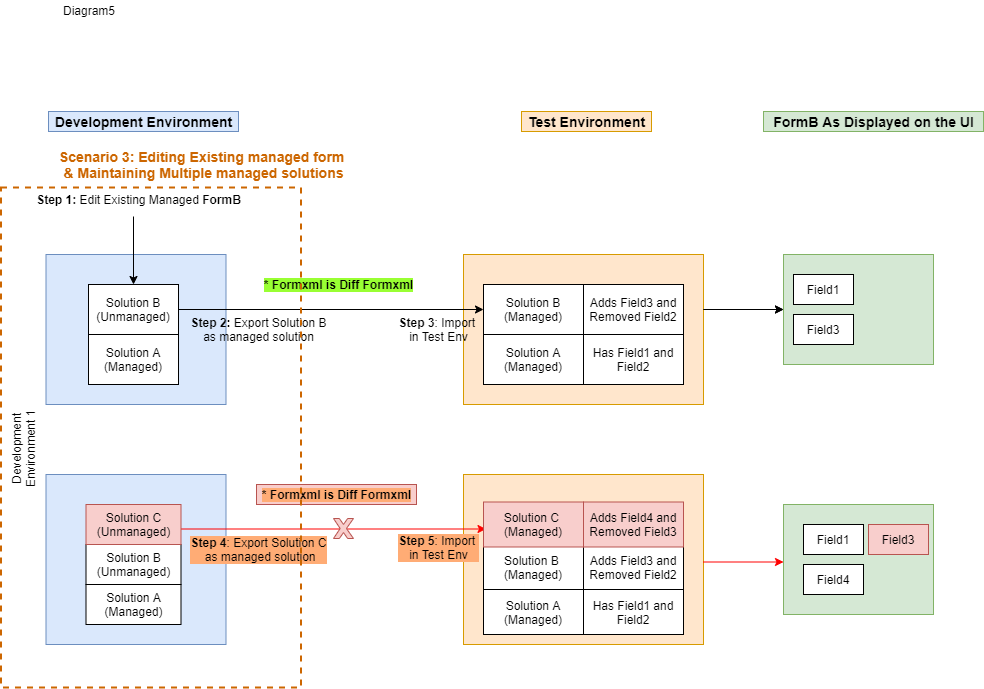
MicrosoftDocs/power-platform keeps this draw.io diagram as power-platform/alm/media/scenario3-form-alm-diagram.png. Above is the earlier version. Source tidied: cells renumbered, new cells last; positions are measured from the earlier drawing's top-left corner, leaving out a move shared by most shapes.
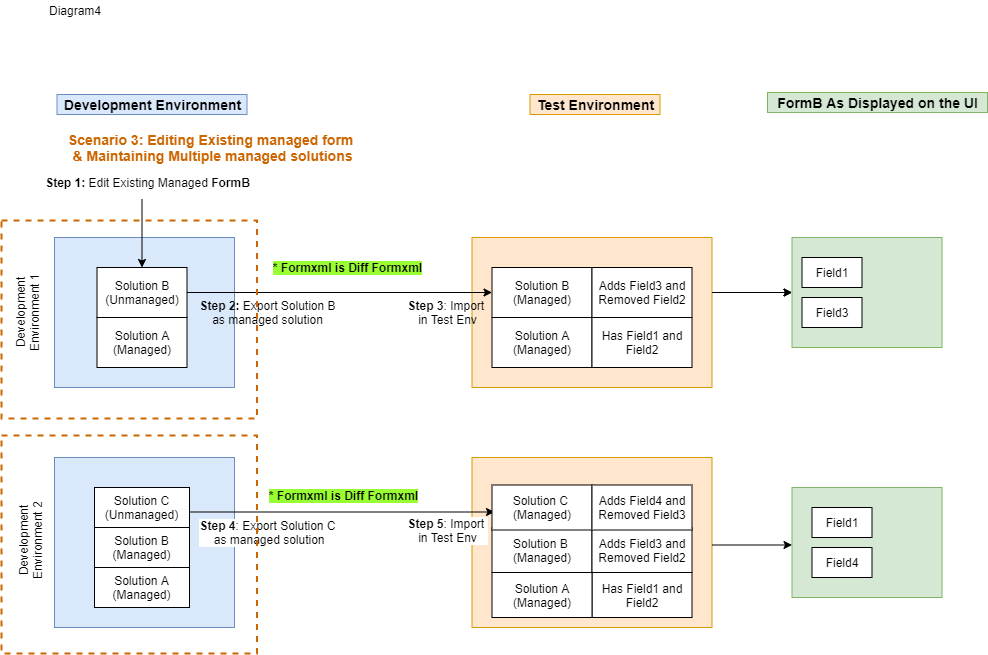
After the change.

The edit, as a diff of the source:
```diff
@@ -2,161 +2,161 @@
   <root>
     <mxCell id="0" />
     <mxCell id="1" parent="0" />
-    <mxCell id="2" style="whiteSpace=wrap;html=1;fillColor=#dae8fc;strokeColor=#6c8ebf;" parent="1" vertex="1">
-      <mxGeometry x="89.5" y="254" width="180" height="150" as="geometry" />
-    </mxCell>
-    <mxCell id="3" style="whiteSpace=wrap;html=1;fillColor=#ffe6cc;strokeColor=#d79b00;" parent="1" vertex="1">
-      <mxGeometry x="507" y="254" width="240" height="150" as="geometry" />
-    </mxCell>
+    <mxCell id="49" style="whiteSpace=wrap;html=1;fillColor=#dae8fc;strokeColor=#6c8ebf;" parent="1" vertex="1">
+      <mxGeometry x="89.5" y="254" width="180" height="150" as="geometry" />
+    </mxCell>
+    <mxCell id="50" style="whiteSpace=wrap;html=1;fillColor=#ffe6cc;strokeColor=#d79b00;" parent="1" vertex="1">
+      <mxGeometry x="507" y="254" width="240" height="150" as="geometry" />
+    </mxCell>
     <mxCell id="4" value="&lt;font style=&quot;font-size: 14px&quot;&gt;&lt;b&gt;Development Environment&lt;/b&gt;&lt;/font&gt;" style="text;html=1;align=center;verticalAlign=middle;fillColor=#dae8fc;strokeColor=#6c8ebf;rounded=0;" parent="1" vertex="1">
       <mxGeometry x="92" y="111" width="190" height="20" as="geometry" />
     </mxCell>
     <mxCell id="5" value="&lt;font style=&quot;font-size: 14px&quot;&gt;&lt;b&gt;Test Environment&lt;/b&gt;&lt;/font&gt;" style="text;html=1;align=center;verticalAlign=middle;fillColor=#ffe6cc;strokeColor=#d79b00;rounded=0;" parent="1" vertex="1">
       <mxGeometry x="565" y="111" width="130" height="20" as="geometry" />
     </mxCell>
-    <mxCell id="6" value="Solution B (Managed)" style="whiteSpace=wrap;html=1;" parent="1" vertex="1">
-      <mxGeometry x="527" y="284" width="100" height="50" as="geometry" />
-    </mxCell>
-    <mxCell id="7" value="Solution B (Unmanaged)" style="whiteSpace=wrap;html=1;" parent="1" vertex="1">
-      <mxGeometry x="132" y="284" width="90" height="50" as="geometry" />
-    </mxCell>
-    <mxCell id="8" style="endArrow=classic;html=1;fontSize=10;fontColor=#FF0000;exitX=1;exitY=0.5;exitDx=0;exitDy=0;" parent="1" edge="1" source="7">
-      <mxGeometry relative="1" as="geometry">
-        <mxPoint x="527" y="309" as="targetPoint" />
-      </mxGeometry>
-    </mxCell>
-    <mxCell id="9" style="whiteSpace=wrap;html=1;fillColor=#dae8fc;strokeColor=#6c8ebf;" parent="1" vertex="1">
-      <mxGeometry x="89.5" y="474" width="180" height="170" as="geometry" />
-    </mxCell>
-    <mxCell id="10" value="Solution B (Unmanaged)" style="whiteSpace=wrap;html=1;" parent="1" vertex="1">
-      <mxGeometry x="129.5" y="544" width="95" height="40" as="geometry" />
-    </mxCell>
-    <mxCell id="11" style="edgeStyle=orthogonalEdgeStyle;rounded=0;jettySize=auto;html=1;" parent="1" edge="1" target="24">
-      <mxGeometry relative="1" as="geometry">
-        <mxPoint x="747" y="309" as="sourcePoint" />
-      </mxGeometry>
-    </mxCell>
-    <mxCell id="12" value="Adds Field3 and Removed Field2" style="whiteSpace=wrap;html=1;" parent="1" vertex="1">
-      <mxGeometry x="627" y="284" width="100" height="50" as="geometry" />
-    </mxCell>
+    <mxCell id="51" value="Solution B (Managed)" style="whiteSpace=wrap;html=1;" parent="1" vertex="1">
+      <mxGeometry x="527" y="284" width="100" height="50" as="geometry" />
+    </mxCell>
+    <mxCell id="52" value="Solution B (Unmanaged)" style="whiteSpace=wrap;html=1;" parent="1" vertex="1">
+      <mxGeometry x="132" y="284" width="90" height="50" as="geometry" />
+    </mxCell>
+    <mxCell id="53" style="endArrow=classic;html=1;fontSize=10;fontColor=#FF0000;exitX=1;exitY=0.5;exitDx=0;exitDy=0;" parent="1" edge="1" source="52">
+      <mxGeometry relative="1" as="geometry">
+        <mxPoint x="527" y="309" as="targetPoint" />
+      </mxGeometry>
+    </mxCell>
+    <mxCell id="54" style="whiteSpace=wrap;html=1;fillColor=#dae8fc;strokeColor=#6c8ebf;" parent="1" vertex="1">
+      <mxGeometry x="89.5" y="474" width="180" height="170" as="geometry" />
+    </mxCell>
+    <mxCell id="55" value="Solution B (Managed)" style="whiteSpace=wrap;html=1;" parent="1" vertex="1">
+      <mxGeometry x="129.5" y="544" width="95" height="40" as="geometry" />
+    </mxCell>
+    <mxCell id="56" style="edgeStyle=orthogonalEdgeStyle;rounded=0;jettySize=auto;html=1;" parent="1" edge="1" target="65">
+      <mxGeometry relative="1" as="geometry">
+        <mxPoint x="747" y="309" as="sourcePoint" />
+      </mxGeometry>
+    </mxCell>
+    <mxCell id="57" value="Adds Field3 and Removed Field2" style="whiteSpace=wrap;html=1;" parent="1" vertex="1">
+      <mxGeometry x="627" y="284" width="100" height="50" as="geometry" />
+    </mxCell>
     <mxCell id="13" value="&lt;font style=&quot;font-size: 12px&quot;&gt;&lt;b&gt;Step 2:&lt;/b&gt; Export Solution B&lt;br&gt;as&amp;nbsp;managed solution&lt;/font&gt;" style="text;html=1;align=center;verticalAlign=middle;fillColor=none;strokeColor=none;rounded=0;" parent="1" vertex="1">
       <mxGeometry x="227" y="314" width="150" height="30" as="geometry" />
     </mxCell>
     <mxCell id="14" value="&lt;font style=&quot;font-size: 12px&quot;&gt;&lt;b&gt;Step 3&lt;/b&gt;: Import &lt;br&gt;in Test Env&lt;/font&gt;" style="text;html=1;align=center;verticalAlign=middle;fillColor=none;strokeColor=none;rounded=0;" parent="1" vertex="1">
       <mxGeometry x="437" y="314" width="90" height="30" as="geometry" />
     </mxCell>
-    <mxCell id="15" style="whiteSpace=wrap;html=1;fillColor=#ffe6cc;strokeColor=#d79b00;" parent="1" vertex="1">
-      <mxGeometry x="507" y="474" width="240" height="170" as="geometry" />
-    </mxCell>
-    <mxCell id="16" value="Has Field1 and Field2" style="whiteSpace=wrap;html=1;" parent="1" vertex="1">
-      <mxGeometry x="627" y="589" width="100" height="45" as="geometry" />
-    </mxCell>
-    <mxCell id="17" value="Solution A (Managed)" style="whiteSpace=wrap;html=1;" parent="1" vertex="1">
-      <mxGeometry x="527" y="589" width="100" height="45" as="geometry" />
-    </mxCell>
+    <mxCell id="58" style="whiteSpace=wrap;html=1;fillColor=#ffe6cc;strokeColor=#d79b00;" parent="1" vertex="1">
+      <mxGeometry x="507" y="474" width="240" height="170" as="geometry" />
+    </mxCell>
+    <mxCell id="59" value="Has Field1 and Field2" style="whiteSpace=wrap;html=1;" parent="1" vertex="1">
+      <mxGeometry x="627" y="589" width="100" height="45" as="geometry" />
+    </mxCell>
+    <mxCell id="60" value="Solution A (Managed)" style="whiteSpace=wrap;html=1;" parent="1" vertex="1">
+      <mxGeometry x="527" y="589" width="100" height="45" as="geometry" />
+    </mxCell>
     <mxCell id="18" value="Solution B&amp;nbsp; (Managed)" style="whiteSpace=wrap;html=1;" parent="1" vertex="1">
       <mxGeometry x="527" y="544" width="100" height="45" as="geometry" />
     </mxCell>
-    <mxCell id="19" value="Adds Field3 and Removed Field2" style="whiteSpace=wrap;html=1;" parent="1" vertex="1">
-      <mxGeometry x="627" y="544" width="100" height="45" as="geometry" />
-    </mxCell>
-    <mxCell id="20" value="Solution A (Managed)" style="whiteSpace=wrap;html=1;" parent="1" vertex="1">
-      <mxGeometry x="129.5" y="584" width="95" height="40" as="geometry" />
-    </mxCell>
+    <mxCell id="61" value="Adds Field3 and Removed Field2" style="whiteSpace=wrap;html=1;" parent="1" vertex="1">
+      <mxGeometry x="627" y="544" width="100" height="45" as="geometry" />
+    </mxCell>
+    <mxCell id="62" value="Solution A (Managed)" style="whiteSpace=wrap;html=1;" parent="1" vertex="1">
+      <mxGeometry x="129.5" y="584" width="95" height="40" as="geometry" />
+    </mxCell>
     <mxCell id="21" value="&lt;font style=&quot;font-size: 12px&quot;&gt;&lt;b&gt;Step 1:&lt;/b&gt;&amp;nbsp;Edit Existing Managed&amp;nbsp;&lt;b&gt;FormB&lt;/b&gt;&lt;/font&gt;" style="text;html=1;align=center;verticalAlign=middle;fillColor=none;strokeColor=none;rounded=0;" parent="1" vertex="1">
       <mxGeometry x="72" y="189" width="220" height="20" as="geometry" />
     </mxCell>
-    <mxCell id="22" style="endArrow=classic;html=1;fontSize=10;fontColor=#FF0000;entryX=0.5;entryY=0;entryDx=0;entryDy=0;" parent="1" edge="1" target="7">
-      <mxGeometry relative="1" as="geometry">
-        <mxPoint x="177" y="216" as="sourcePoint" />
-      </mxGeometry>
-    </mxCell>
-    <mxCell id="23" style="endArrow=classic;html=1;fontSize=10;fontColor=#FF0000;" parent="1" edge="1">
-      <mxGeometry relative="1" as="geometry">
-        <mxPoint x="747" y="309" as="sourcePoint" />
-        <mxPoint x="827" y="309" as="targetPoint" />
-      </mxGeometry>
-    </mxCell>
-    <mxCell id="24" style="whiteSpace=wrap;html=1;fillColor=#d5e8d4;strokeColor=#82b366;" parent="1" vertex="1">
-      <mxGeometry x="827" y="254" width="150" height="110" as="geometry" />
-    </mxCell>
-    <mxCell id="25" value="&lt;span style=&quot;font-size: 14px&quot;&gt;&lt;b&gt;FormB As Displayed on the UI&lt;/b&gt;&lt;/span&gt;" style="text;html=1;align=center;verticalAlign=middle;fillColor=#d5e8d4;strokeColor=#82b366;rounded=0;" parent="1" vertex="1">
-      <mxGeometry x="807" y="111" width="220" height="20" as="geometry" />
-    </mxCell>
-    <mxCell id="26" value="Field1" style="whiteSpace=wrap;html=1;" parent="1" vertex="1">
-      <mxGeometry x="837" y="274" width="60" height="30" as="geometry" />
-    </mxCell>
+    <mxCell id="63" style="endArrow=classic;html=1;fontSize=10;fontColor=#FF0000;entryX=0.5;entryY=0;entryDx=0;entryDy=0;" parent="1" edge="1" target="52">
+      <mxGeometry relative="1" as="geometry">
+        <mxPoint x="177" y="216" as="sourcePoint" />
+      </mxGeometry>
+    </mxCell>
+    <mxCell id="64" style="endArrow=classic;html=1;fontSize=10;fontColor=#FF0000;" parent="1" edge="1">
+      <mxGeometry relative="1" as="geometry">
+        <mxPoint x="747" y="309" as="sourcePoint" />
+        <mxPoint x="827" y="309" as="targetPoint" />
+      </mxGeometry>
+    </mxCell>
+    <mxCell id="65" style="whiteSpace=wrap;html=1;fillColor=#d5e8d4;strokeColor=#82b366;" parent="1" vertex="1">
+      <mxGeometry x="827" y="254" width="150" height="110" as="geometry" />
+    </mxCell>
+    <mxCell id="66" value="Field1" style="whiteSpace=wrap;html=1;" parent="1" vertex="1">
+      <mxGeometry x="837" y="274" width="60" height="30" as="geometry" />
+    </mxCell>
     <mxCell id="27" value="Field3" style="whiteSpace=wrap;html=1;" parent="1" vertex="1">
       <mxGeometry x="837" y="314" width="60" height="30" as="geometry" />
     </mxCell>
-    <mxCell id="28" value="&lt;font style=&quot;font-size: 12px&quot;&gt;&lt;b&gt;Step 4&lt;/b&gt;: Export Solution C&lt;br&gt;&amp;nbsp;as managed solution&lt;br&gt;&lt;/font&gt;" style="text;html=1;align=center;verticalAlign=middle;fillColor=none;strokeColor=none;rounded=0;labelBackgroundColor=#FFAC75;" parent="1" vertex="1">
+    <mxCell id="28" value="&lt;font style=&quot;font-size: 12px&quot;&gt;&lt;b&gt;Step 4&lt;/b&gt;: Export Solution C&lt;br&gt;&amp;nbsp;as managed solution&lt;br&gt;&lt;/font&gt;" style="text;html=1;align=center;verticalAlign=middle;fillColor=none;strokeColor=none;rounded=0;labelBackgroundColor=#FFFFFF;" parent="1" vertex="1">
       <mxGeometry x="227" y="534" width="150" height="30" as="geometry" />
     </mxCell>
-    <mxCell id="29" style="endArrow=classic;html=1;fontSize=10;fontColor=#FF0000;exitX=1;exitY=0.5;exitDx=0;exitDy=0;strokeColor=#FF0000;" parent="1" edge="1">
-      <mxGeometry relative="1" as="geometry">
-        <mxPoint x="224.5" y="528.5" as="sourcePoint" />
-        <mxPoint x="529.5" y="528.5" as="targetPoint" />
-      </mxGeometry>
-    </mxCell>
+    <mxCell id="67" style="endArrow=classic;html=1;fontSize=10;fontColor=#FF0000;exitX=1;exitY=0.5;exitDx=0;exitDy=0;" parent="1" edge="1">
+      <mxGeometry relative="1" as="geometry">
+        <mxPoint x="224.5" y="528.5" as="sourcePoint" />
+        <mxPoint x="529.5" y="528.5" as="targetPoint" />
+      </mxGeometry>
+    </mxCell>
-    <mxCell id="30" value="&lt;font style=&quot;font-size: 12px&quot;&gt;&lt;b&gt;Step 5&lt;/b&gt;: Import &lt;br&gt;in Test Env&lt;/font&gt;" style="text;html=1;align=center;verticalAlign=middle;fillColor=none;strokeColor=none;rounded=0;labelBackgroundColor=#FFAC75;" parent="1" vertex="1">
+    <mxCell id="30" value="&lt;font style=&quot;font-size: 12px&quot;&gt;&lt;b&gt;Step 5&lt;/b&gt;: Import &lt;br&gt;in Test Env&lt;/font&gt;" style="text;html=1;align=center;verticalAlign=middle;fillColor=none;strokeColor=none;rounded=0;labelBackgroundColor=#FFFFFF;" parent="1" vertex="1">
       <mxGeometry x="437" y="531.5" width="90" height="30" as="geometry" />
     </mxCell>
-    <mxCell id="31" style="whiteSpace=wrap;html=1;fillColor=#d5e8d4;strokeColor=#82b366;" parent="1" vertex="1">
-      <mxGeometry x="827" y="504" width="150" height="110" as="geometry" />
-    </mxCell>
-    <mxCell id="32" value="Field1" style="whiteSpace=wrap;html=1;" parent="1" vertex="1">
-      <mxGeometry x="847" y="524" width="60" height="30" as="geometry" />
-    </mxCell>
+    <mxCell id="68" style="whiteSpace=wrap;html=1;fillColor=#d5e8d4;strokeColor=#82b366;" parent="1" vertex="1">
+      <mxGeometry x="827" y="504" width="150" height="110" as="geometry" />
+    </mxCell>
+    <mxCell id="69" value="Field1" style="whiteSpace=wrap;html=1;" parent="1" vertex="1">
+      <mxGeometry x="847" y="524" width="60" height="30" as="geometry" />
+    </mxCell>
     <mxCell id="33" value="Field4" style="whiteSpace=wrap;html=1;" parent="1" vertex="1">
       <mxGeometry x="847" y="564" width="60" height="30" as="geometry" />
     </mxCell>
-    <mxCell id="34" style="endArrow=classic;html=1;fontSize=10;fontColor=#FF0000;strokeColor=#FF0000;" parent="1" edge="1">
-      <mxGeometry relative="1" as="geometry">
-        <mxPoint x="747" y="561.5" as="sourcePoint" />
-        <mxPoint x="827" y="561.5" as="targetPoint" />
-      </mxGeometry>
-    </mxCell>
+    <mxCell id="70" style="endArrow=classic;html=1;fontSize=10;fontColor=#FF0000;" parent="1" edge="1">
+      <mxGeometry relative="1" as="geometry">
+        <mxPoint x="747" y="561.5" as="sourcePoint" />
+        <mxPoint x="827" y="561.5" as="targetPoint" />
+      </mxGeometry>
+    </mxCell>
     <mxCell id="35" value="&lt;font color=&quot;#cc6600&quot;&gt;&lt;b style=&quot;font-size: 14px&quot;&gt;Scenario 3: Editing Existing managed form &lt;br&gt;&amp;amp; &lt;/b&gt;&lt;span style=&quot;font-size: 14px&quot;&gt;&lt;b&gt;Maintaining&lt;/b&gt;&lt;/span&gt;&lt;b style=&quot;font-size: 14px&quot;&gt;&amp;nbsp;Multiple managed solutions&lt;/b&gt;&lt;/font&gt;" style="text;html=1;align=center;verticalAlign=middle;fillColor=none;strokeColor=none;rounded=0;" parent="1" vertex="1">
       <mxGeometry x="97" y="144" width="300" height="40" as="geometry" />
     </mxCell>
-    <mxCell id="36" value="&lt;b style=&quot;background-color: rgb(153 , 255 , 51)&quot;&gt;* Formxml is Diff Formxml&lt;/b&gt;" style="text;html=1;align=center;verticalAlign=middle;fillColor=none;strokeColor=none;rounded=0;" parent="1" vertex="1">
-      <mxGeometry x="302" y="274" width="160" height="20" as="geometry" />
-    </mxCell>
-    <mxCell id="37" value="&lt;b style=&quot;&quot;&gt;* Formxml is Diff Formxml&lt;/b&gt;" style="text;html=1;align=center;verticalAlign=middle;fillColor=#f8cecc;strokeColor=#b85450;rounded=0;labelBackgroundColor=#FFAC75;" parent="1" vertex="1">
-      <mxGeometry x="300" y="484" width="160" height="20" as="geometry" />
-    </mxCell>
-    <mxCell id="38" value="Solution A (Managed)" style="whiteSpace=wrap;html=1;" parent="1" vertex="1">
-      <mxGeometry x="132" y="334" width="90" height="50" as="geometry" />
-    </mxCell>
-    <mxCell id="39" value="Solution A (Managed)" style="whiteSpace=wrap;html=1;" parent="1" vertex="1">
-      <mxGeometry x="527" y="334" width="100" height="50" as="geometry" />
-    </mxCell>
-    <mxCell id="40" value="Has Field1 and Field2" style="whiteSpace=wrap;html=1;" parent="1" vertex="1">
-      <mxGeometry x="627" y="334" width="100" height="50" as="geometry" />
-    </mxCell>
+    <mxCell id="71" value="&lt;b style=&quot;background-color: rgb(153 , 255 , 51)&quot;&gt;* Formxml is Diff Formxml&lt;/b&gt;" style="text;html=1;align=center;verticalAlign=middle;fillColor=none;strokeColor=none;rounded=0;" parent="1" vertex="1">
+      <mxGeometry x="302" y="274" width="160" height="20" as="geometry" />
+    </mxCell>
+    <mxCell id="72" value="Solution A (Managed)" style="whiteSpace=wrap;html=1;" parent="1" vertex="1">
+      <mxGeometry x="132" y="334" width="90" height="50" as="geometry" />
+    </mxCell>
+    <mxCell id="73" value="Solution A (Managed)" style="whiteSpace=wrap;html=1;" parent="1" vertex="1">
+      <mxGeometry x="527" y="334" width="100" height="50" as="geometry" />
+    </mxCell>
+    <mxCell id="74" value="Has Field1 and Field2" style="whiteSpace=wrap;html=1;" parent="1" vertex="1">
+      <mxGeometry x="627" y="334" width="100" height="50" as="geometry" />
+    </mxCell>
-    <mxCell id="41" value="Solution C (Unmanaged)" style="whiteSpace=wrap;html=1;fillColor=#f8cecc;strokeColor=#b85450;" parent="1" vertex="1">
+    <mxCell id="41" value="Solution C (Unmanaged)" style="whiteSpace=wrap;html=1;fillColor=#FFFFFF;" parent="1" vertex="1">
       <mxGeometry x="129.5" y="504" width="95" height="40" as="geometry" />
     </mxCell>
-    <mxCell id="42" value="Solution C&amp;nbsp; (Managed)" style="whiteSpace=wrap;html=1;fillColor=#f8cecc;strokeColor=#b85450;" parent="1" vertex="1">
+    <mxCell id="42" value="Solution C&amp;nbsp; (Managed)" style="whiteSpace=wrap;html=1;fillColor=#FFFFFF;" parent="1" vertex="1">
       <mxGeometry x="527" y="501.5" width="100" height="45" as="geometry" />
     </mxCell>
-    <mxCell id="43" value="Adds Field4 and Removed Field3" style="whiteSpace=wrap;html=1;fillColor=#f8cecc;strokeColor=#b85450;" parent="1" vertex="1">
+    <mxCell id="43" value="Adds Field4 and Removed Field3" style="whiteSpace=wrap;html=1;fillColor=#FFFFFF;" parent="1" vertex="1">
       <mxGeometry x="627" y="501.5" width="100" height="45" as="geometry" />
     </mxCell>
-    <mxCell id="44" style="whiteSpace=wrap;html=1;fillColor=none;dashed=1;strokeWidth=2;strokeColor=#CC6600;" parent="1" vertex="1">
-      <mxGeometry x="44.5" y="187" width="300" height="500" as="geometry" />
-    </mxCell>
-    <mxCell id="45" value="Field3" style="whiteSpace=wrap;html=1;fillColor=#f8cecc;strokeColor=#b85450;" parent="1" vertex="1">
-      <mxGeometry x="912" y="524" width="60" height="30" as="geometry" />
-    </mxCell>
-    <mxCell id="46" style="verticalLabelPosition=bottom;verticalAlign=top;html=1;shape=mxgraph.basic.x;fontSize=10;fillColor=#f8cecc;strokeColor=#b85450;" parent="1" vertex="1">
-      <mxGeometry x="377" y="518" width="20" height="20" as="geometry" />
-    </mxCell>
-    <mxCell id="47" value="Diagram5&lt;br&gt;" style="text;html=1;strokeColor=none;fillColor=none;align=center;verticalAlign=middle;whiteSpace=wrap;rounded=0;" parent="1" vertex="1">
-      <mxGeometry x="112" width="42" height="20" as="geometry" />
-    </mxCell>
+    <mxCell id="75" style="whiteSpace=wrap;html=1;fillColor=none;dashed=1;strokeWidth=2;strokeColor=#CC6600;" parent="1" vertex="1">
+      <mxGeometry x="36.5" y="237" width="255.5" height="198" as="geometry" />
+    </mxCell>
+    <mxCell id="76" value="Diagram4" style="text;html=1;strokeColor=none;fillColor=none;align=center;verticalAlign=middle;whiteSpace=wrap;rounded=0;" parent="1" vertex="1">
+      <mxGeometry x="89.5" y="17" width="42" height="20" as="geometry" />
+    </mxCell>
+    <mxCell id="25" value="&lt;span style=&quot;font-size: 14px&quot;&gt;&lt;b&gt;FormB As Displayed on the UI&lt;/b&gt;&lt;/span&gt;" style="text;html=1;align=center;verticalAlign=middle;fillColor=#d5e8d4;strokeColor=#82b366;rounded=0;" parent="1" vertex="1">
+      <mxGeometry x="802.5" y="109" width="220" height="20" as="geometry" />
+    </mxCell>
+    <mxCell id="77" value="&lt;b style=&quot;background-color: rgb(153 , 255 , 51)&quot;&gt;* Formxml is Diff Formxml&lt;/b&gt;" style="text;html=1;align=center;verticalAlign=middle;fillColor=none;strokeColor=none;rounded=0;" parent="1" vertex="1">
+      <mxGeometry x="298.5" y="501.5" width="160" height="20" as="geometry" />
+    </mxCell>
+    <mxCell id="78" style="whiteSpace=wrap;html=1;fillColor=none;dashed=1;strokeWidth=2;strokeColor=#CC6600;" parent="1" vertex="1">
+      <mxGeometry x="36.5" y="452" width="255.5" height="218" as="geometry" />
+    </mxCell>
     <mxCell id="48" value="Development Environment 1" style="text;html=1;strokeColor=none;fillColor=none;align=center;verticalAlign=middle;whiteSpace=wrap;rounded=0;rotation=270;" parent="1" vertex="1">
-      <mxGeometry y="438" width="133.2" height="20" as="geometry" />
+      <mxGeometry x="-3.8" y="319" width="133.2" height="20" as="geometry" />
     </mxCell>
+    <mxCell id="79" value="Development Environment 2&lt;br&gt;" style="text;html=1;strokeColor=none;fillColor=none;align=center;verticalAlign=middle;whiteSpace=wrap;rounded=0;rotation=270;" parent="1" vertex="1">
+      <mxGeometry x="-1.2" y="546.5" width="133.2" height="20" as="geometry" />
+    </mxCell>
   </root>
 </mxGraphModel>
```
